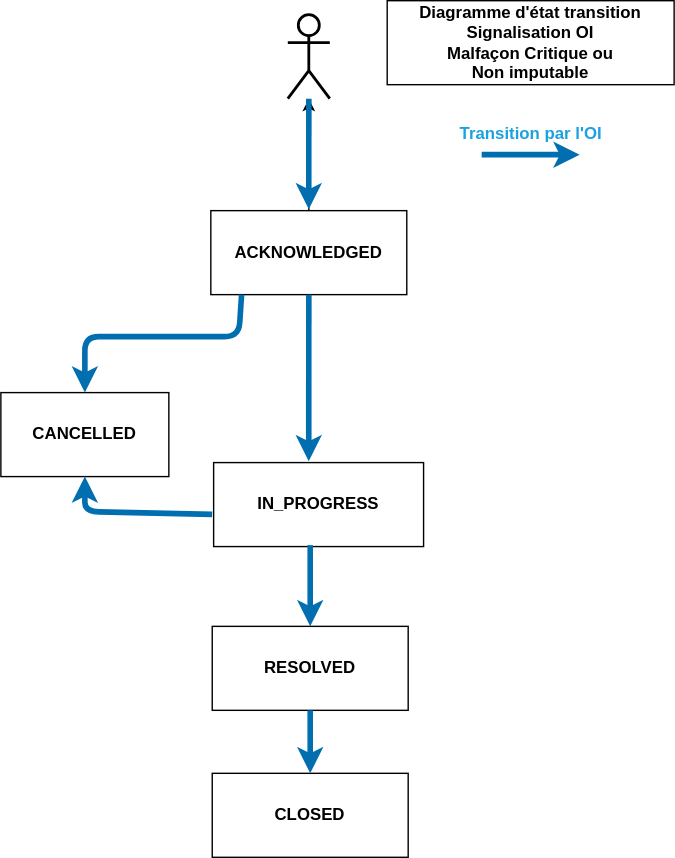
The draw.io diagram statusOiOcNonImputCrit.drawio.svg in before-interop/malfacon, before a commit. Source tidied: cells renumbered, new cells last; positions are measured from the earlier drawing's top-left corner, leaving out a move shared by most shapes.
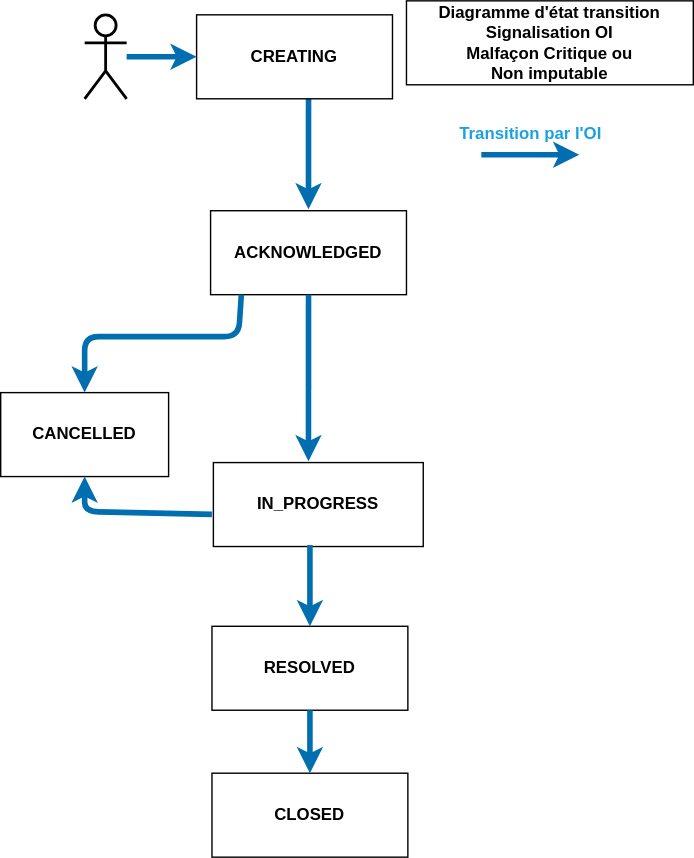
After the change.

What changed in the source:
```diff
@@ -2,9 +2,6 @@
   <root>
     <mxCell id="0" />
     <mxCell id="1" parent="0" />
-    <mxCell id="2" style="edgeStyle=none;html=1;" parent="1" edge="1" source="3" target="7">
-      <mxGeometry relative="1" as="geometry" />
-    </mxCell>
     <mxCell id="3" value="&lt;b&gt;ACKNOWLEDGED&lt;/b&gt;" style="rounded=0;whiteSpace=wrap;html=1;" parent="1" vertex="1">
       <mxGeometry x="150" y="150" width="140" height="60" as="geometry" />
     </mxCell>
@@ -18,7 +15,7 @@
       <mxGeometry x="151" y="552" width="140" height="60" as="geometry" />
     </mxCell>
     <mxCell id="7" style="shape=umlActor;verticalLabelPosition=bottom;verticalAlign=top;html=1;outlineConnect=0;fontColor=#1BA1E2;fontStyle=0;strokeWidth=2;" parent="1" vertex="1">
-      <mxGeometry x="205" y="10" width="30" height="60" as="geometry" />
+      <mxGeometry x="60" y="10" width="30" height="60" as="geometry" />
     </mxCell>
     <mxCell id="8" value="&lt;b&gt;CANCELLED&lt;/b&gt;" style="rounded=0;whiteSpace=wrap;html=1;" parent="1" vertex="1">
       <mxGeometry y="280" width="120" height="60" as="geometry" />
@@ -46,7 +43,7 @@
       </mxGeometry>
     </mxCell>
     <mxCell id="12" value="&lt;b&gt;&lt;font style=&quot;font-size: 12px;&quot;&gt;Diagramme d'état transition Signalisation OI&lt;br&gt;Malfaçon Critique ou &lt;br&gt;Non imputable&lt;br&gt;&lt;/font&gt;&lt;/b&gt;" style="text;html=1;strokeColor=black;fillColor=none;align=center;verticalAlign=middle;whiteSpace=wrap;rounded=0;fontSize=11;" parent="1" vertex="1">
-      <mxGeometry x="276" width="205" height="60" as="geometry" />
+      <mxGeometry x="290" width="205" height="60" as="geometry" />
     </mxCell>
     <mxCell id="13" style="endArrow=classic;html=1;strokeWidth=4;fillColor=#1ba1e2;strokeColor=#006EAF;" parent="1" edge="1">
       <mxGeometry relative="1" as="geometry">
@@ -66,5 +63,11 @@
     <mxCell id="17" style="endArrow=classic;html=1;strokeWidth=4;fillColor=#1ba1e2;strokeColor=#006EAF;exitX=0.5;exitY=1;exitDx=0;exitDy=0;entryX=0.5;entryY=0;entryDx=0;entryDy=0;" parent="1" edge="1" source="5" target="6">
       <mxGeometry relative="1" as="geometry" />
     </mxCell>
+    <mxCell id="18" value="&lt;b&gt;CREATING&lt;/b&gt;" style="rounded=0;whiteSpace=wrap;html=1;" parent="1" vertex="1">
+      <mxGeometry x="140" y="10" width="140" height="60" as="geometry" />
+    </mxCell>
+    <mxCell id="19" style="endArrow=classic;html=1;strokeWidth=4;fillColor=#1ba1e2;strokeColor=#006EAF;entryX=0;entryY=0.5;entryDx=0;entryDy=0;" parent="1" edge="1" source="7" target="18">
+      <mxGeometry relative="1" as="geometry" />
+    </mxCell>
   </root>
 </mxGraphModel>
```
